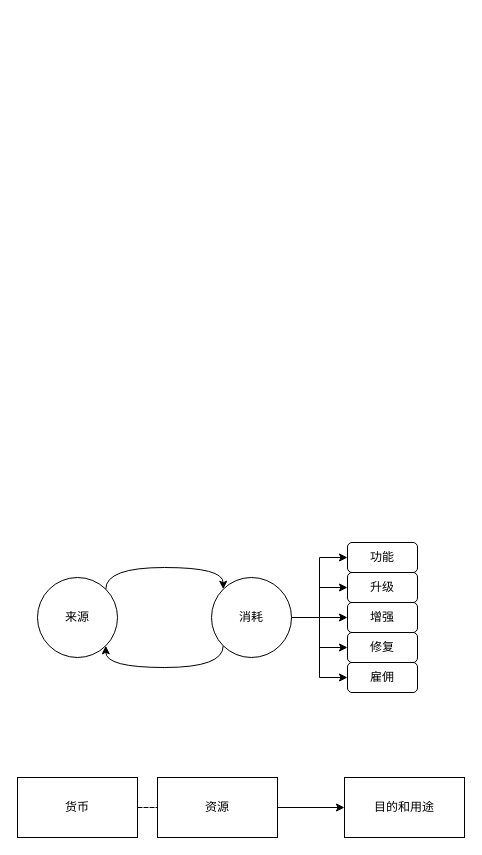
Earlier version of the draw.io diagram 经济.drawio (Taaaang/game_design). Source tidied: cells renumbered, new cells numbered last; positions are measured from the earlier drawing's top-left corner, leaving out a move shared by most shapes. Both pictures are drawn from the tidied source at 100%, with x=0, y=0 at pixel (17, 542).
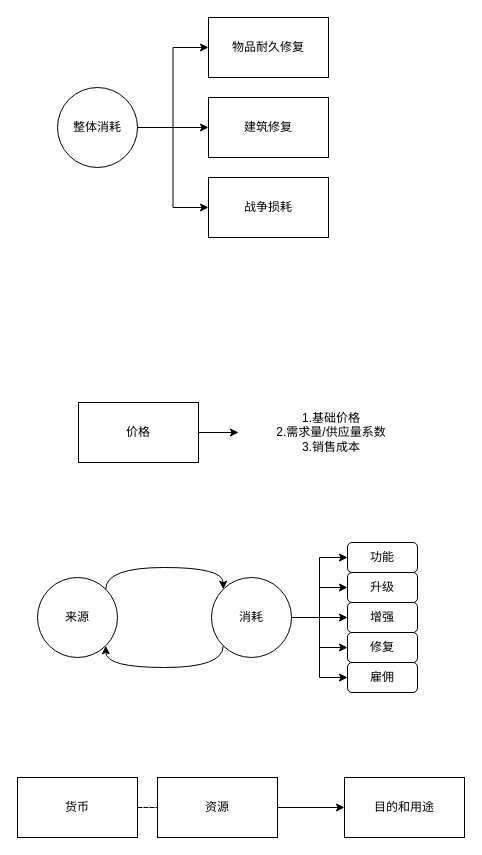
The same page after the edit.

Diff of the diagram source:
```diff
@@
+    <mxCell id="21" style="edgeStyle=orthogonalEdgeStyle;rounded=0;jettySize=auto;html=1;" parent="1" edge="1" source="22" target="23">
+      <mxGeometry relative="1" as="geometry" />
+    </mxCell>
+    <mxCell id="22" value="价格" style="rounded=0;whiteSpace=wrap;html=1;" parent="1" vertex="1">
+      <mxGeometry x="61" y="-140" width="120" height="60" as="geometry" />
+    </mxCell>
+    <mxCell id="23" value="1.基础价格&lt;br&gt;2.需求量/供应量系数&lt;br&gt;3.销售成本" style="text;html=1;strokeColor=none;fillColor=none;align=center;verticalAlign=middle;whiteSpace=wrap;rounded=0;" parent="1" vertex="1">
+      <mxGeometry x="221" y="-165" width="186" height="110" as="geometry" />
+    </mxCell>
+    <mxCell id="24" style="edgeStyle=orthogonalEdgeStyle;rounded=0;jettySize=auto;html=1;exitX=1;exitY=0.5;exitDx=0;exitDy=0;entryX=0;entryY=0.5;entryDx=0;entryDy=0;" parent="1" edge="1" source="27" target="28">
+      <mxGeometry relative="1" as="geometry" />
+    </mxCell>
+    <mxCell id="25" style="edgeStyle=orthogonalEdgeStyle;rounded=0;jettySize=auto;html=1;exitX=1;exitY=0.5;exitDx=0;exitDy=0;entryX=0;entryY=0.5;entryDx=0;entryDy=0;" parent="1" edge="1" source="27" target="29">
+      <mxGeometry relative="1" as="geometry" />
+    </mxCell>
+    <mxCell id="26" style="edgeStyle=orthogonalEdgeStyle;rounded=0;jettySize=auto;html=1;exitX=1;exitY=0.5;exitDx=0;exitDy=0;entryX=0;entryY=0.5;entryDx=0;entryDy=0;" parent="1" edge="1" source="27" target="30">
+      <mxGeometry relative="1" as="geometry" />
+    </mxCell>
+    <mxCell id="27" value="整体消耗" style="ellipse;whiteSpace=wrap;html=1;" parent="1" vertex="1">
+      <mxGeometry x="40" y="-455" width="80" height="80" as="geometry" />
+    </mxCell>
+    <mxCell id="28" value="物品耐久修复" style="rounded=0;whiteSpace=wrap;html=1;" parent="1" vertex="1">
+      <mxGeometry x="191" y="-525" width="120" height="60" as="geometry" />
+    </mxCell>
+    <mxCell id="29" value="建筑修复" style="rounded=0;whiteSpace=wrap;html=1;" parent="1" vertex="1">
+      <mxGeometry x="191" y="-445" width="120" height="60" as="geometry" />
+    </mxCell>
+    <mxCell id="30" value="战争损耗" style="rounded=0;whiteSpace=wrap;html=1;" parent="1" vertex="1">
+      <mxGeometry x="191" y="-365" width="120" height="60" as="geometry" />
+    </mxCell>
```
